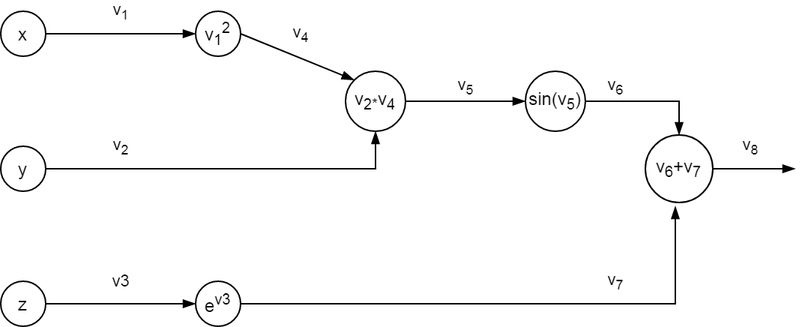
Above: presentation/part1/figuras/backprop_eg1.png in abhijat01/deepnn4se (draw.io), before the change. Source tidied: cells renumbered, new cells last; positions are measured from the earlier drawing's top-left corner, leaving out a move shared by most shapes. Its diagram source:
```xml
<mxGraphModel>
  <root>
    <mxCell id="0" />
    <mxCell id="1" parent="0" />
    <mxCell id="2" value="v&lt;sub&gt;1&lt;/sub&gt;" style="edgeStyle=orthogonalEdgeStyle;rounded=0;jettySize=auto;html=1;entryX=0;entryY=0.5;entryDx=0;entryDy=0;endArrow=blockThin;endFill=1;labelBackgroundColor=none;" parent="1" edge="1" source="3" target="8">
      <mxGeometry y="15" relative="1" as="geometry" />
    </mxCell>
    <mxCell id="3" value="x" style="ellipse;whiteSpace=wrap;html=1;fillColor=none;" parent="1" vertex="1">
      <mxGeometry width="30" height="30" as="geometry" />
    </mxCell>
    <mxCell id="4" value="v&lt;sub&gt;2&lt;/sub&gt;" style="edgeStyle=orthogonalEdgeStyle;rounded=0;jettySize=auto;html=1;entryX=0.5;entryY=1;entryDx=0;entryDy=0;endArrow=blockThin;endFill=1;labelBackgroundColor=none;" parent="1" edge="1" source="5" target="10">
      <mxGeometry x="0.92" y="170" relative="1" as="geometry" />
    </mxCell>
    <mxCell id="5" value="y" style="ellipse;whiteSpace=wrap;html=1;fillColor=none;" parent="1" vertex="1">
      <mxGeometry y="90" width="30" height="30" as="geometry" />
    </mxCell>
    <mxCell id="6" value="v3" style="edgeStyle=orthogonalEdgeStyle;rounded=0;jettySize=auto;html=1;entryX=0;entryY=0.5;entryDx=0;entryDy=0;endArrow=blockThin;endFill=1;labelBackgroundColor=none;" parent="1" edge="1" source="7" target="13">
      <mxGeometry y="15" relative="1" as="geometry" />
    </mxCell>
    <mxCell id="7" value="z" style="ellipse;whiteSpace=wrap;html=1;fillColor=none;" parent="1" vertex="1">
      <mxGeometry y="180" width="30" height="30" as="geometry" />
    </mxCell>
    <mxCell id="8" value="v&lt;sub&gt;1&lt;/sub&gt;&lt;sup&gt;2&lt;/sup&gt;" style="ellipse;whiteSpace=wrap;html=1;fillColor=none;" parent="1" vertex="1">
      <mxGeometry x="130" width="30" height="30" as="geometry" />
    </mxCell>
    <mxCell id="9" value="v&lt;sub&gt;5&lt;/sub&gt;" style="edgeStyle=orthogonalEdgeStyle;rounded=0;jettySize=auto;html=1;exitX=1;exitY=0.5;exitDx=0;exitDy=0;entryX=0;entryY=0.5;entryDx=0;entryDy=0;endArrow=blockThin;endFill=1;labelBackgroundColor=none;" parent="1" edge="1" source="10" target="15">
      <mxGeometry y="10" relative="1" as="geometry" />
    </mxCell>
    <mxCell id="10" value="v&lt;sub&gt;2*&lt;/sub&gt;v&lt;sub&gt;4&lt;/sub&gt;" style="ellipse;whiteSpace=wrap;html=1;fillColor=none;" parent="1" vertex="1">
      <mxGeometry x="230" y="40" width="40" height="40" as="geometry" />
    </mxCell>
    <mxCell id="11" value="v&lt;sub&gt;4&lt;/sub&gt;" style="endArrow=blockThin;html=1;exitX=1;exitY=0.5;exitDx=0;exitDy=0;entryX=0;entryY=0;entryDx=0;entryDy=0;labelBackgroundColor=none;endFill=1;" parent="1" edge="1" source="8" target="10">
      <mxGeometry x="-0.1" y="15" relative="1" as="geometry" />
    </mxCell>
    <mxCell id="12" value="v&lt;sub&gt;7&lt;/sub&gt;" style="edgeStyle=orthogonalEdgeStyle;rounded=0;jettySize=auto;html=1;exitX=1;exitY=0.5;exitDx=0;exitDy=0;endArrow=blockThin;endFill=1;labelBackgroundColor=none;" parent="1" edge="1" source="13">
      <mxGeometry x="0.41" y="15" relative="1" as="geometry">
        <mxPoint x="450" y="130" as="targetPoint" />
      </mxGeometry>
    </mxCell>
    <mxCell id="13" value="e&lt;sup&gt;v3&lt;/sup&gt;" style="ellipse;whiteSpace=wrap;html=1;fillColor=none;" parent="1" vertex="1">
      <mxGeometry x="130" y="180" width="30" height="30" as="geometry" />
    </mxCell>
    <mxCell id="14" value="v&lt;sub&gt;6&lt;/sub&gt;" style="edgeStyle=orthogonalEdgeStyle;rounded=0;jettySize=auto;html=1;entryX=0.5;entryY=0;entryDx=0;entryDy=0;endArrow=blockThin;endFill=1;labelBackgroundColor=none;" parent="1" edge="1" source="15" target="17">
      <mxGeometry x="-0.53" y="10" relative="1" as="geometry" />
    </mxCell>
    <mxCell id="15" value="sin(v&lt;sub&gt;5&lt;/sub&gt;)" style="ellipse;whiteSpace=wrap;html=1;fillColor=none;" parent="1" vertex="1">
      <mxGeometry x="350" y="40" width="40" height="40" as="geometry" />
    </mxCell>
    <mxCell id="16" value="v&lt;sub&gt;8&lt;/sub&gt;" style="edgeStyle=orthogonalEdgeStyle;rounded=0;jettySize=auto;html=1;exitX=1;exitY=0.5;exitDx=0;exitDy=0;entryX=0;entryY=0.5;entryDx=0;entryDy=0;endArrow=blockThin;endFill=1;labelBackgroundColor=none;" parent="1" edge="1" source="17">
      <mxGeometry x="-0.09" y="15" relative="1" as="geometry">
        <mxPoint x="530" y="105" as="targetPoint" />
      </mxGeometry>
    </mxCell>
    <mxCell id="17" value="v&lt;sub&gt;6&lt;/sub&gt;+v&lt;sub&gt;7&lt;/sub&gt;" style="ellipse;whiteSpace=wrap;html=1;fillColor=none;" parent="1" vertex="1">
      <mxGeometry x="430" y="82.5" width="45" height="45" as="geometry" />
    </mxCell>
  </root>
</mxGraphModel>
```
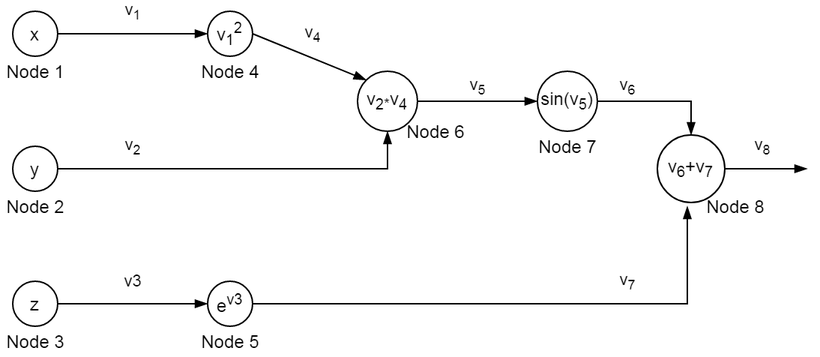
Later version of the same file.

What changed in the source:
```diff
@@ -54,5 +54,29 @@
     <mxCell id="17" value="v&lt;sub&gt;6&lt;/sub&gt;+v&lt;sub&gt;7&lt;/sub&gt;" style="ellipse;whiteSpace=wrap;html=1;fillColor=none;" parent="1" vertex="1">
       <mxGeometry x="430" y="82.5" width="45" height="45" as="geometry" />
     </mxCell>
+    <mxCell id="18" value="Node 4" style="text;html=1;strokeColor=none;fillColor=none;align=center;verticalAlign=middle;whiteSpace=wrap;rounded=0;" parent="1" vertex="1">
+      <mxGeometry x="122.5" y="30" width="45" height="20" as="geometry" />
+    </mxCell>
+    <mxCell id="19" value="Node 5" style="text;html=1;strokeColor=none;fillColor=none;align=center;verticalAlign=middle;whiteSpace=wrap;rounded=0;" parent="1" vertex="1">
+      <mxGeometry x="122.5" y="210" width="45" height="20" as="geometry" />
+    </mxCell>
+    <mxCell id="20" value="Node 6" style="text;html=1;strokeColor=none;fillColor=none;align=center;verticalAlign=middle;whiteSpace=wrap;rounded=0;" parent="1" vertex="1">
+      <mxGeometry x="260" y="70" width="45" height="20" as="geometry" />
+    </mxCell>
+    <mxCell id="21" value="Node 7" style="text;html=1;strokeColor=none;fillColor=none;align=center;verticalAlign=middle;whiteSpace=wrap;rounded=0;" parent="1" vertex="1">
+      <mxGeometry x="347.5" y="80" width="45" height="20" as="geometry" />
+    </mxCell>
+    <mxCell id="22" value="Node 8" style="text;html=1;strokeColor=none;fillColor=none;align=center;verticalAlign=middle;whiteSpace=wrap;rounded=0;" parent="1" vertex="1">
+      <mxGeometry x="460" y="120" width="45" height="20" as="geometry" />
+    </mxCell>
+    <mxCell id="23" value="Node 1" style="text;html=1;strokeColor=none;fillColor=none;align=center;verticalAlign=middle;whiteSpace=wrap;rounded=0;" parent="1" vertex="1">
+      <mxGeometry x="-7.5" y="30" width="45" height="20" as="geometry" />
+    </mxCell>
+    <mxCell id="24" value="Node 2" style="text;html=1;strokeColor=none;fillColor=none;align=center;verticalAlign=middle;whiteSpace=wrap;rounded=0;" parent="1" vertex="1">
+      <mxGeometry x="-7.5" y="120" width="45" height="20" as="geometry" />
+    </mxCell>
+    <mxCell id="25" value="Node 3" style="text;html=1;strokeColor=none;fillColor=none;align=center;verticalAlign=middle;whiteSpace=wrap;rounded=0;" parent="1" vertex="1">
+      <mxGeometry x="-7.5" y="210" width="45" height="20" as="geometry" />
+    </mxCell>
   </root>
 </mxGraphModel>
```
